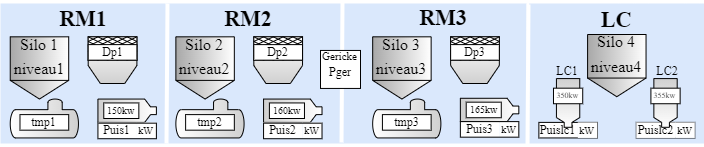
bharatdataabsolute/diagrams keeps this draw.io diagram as Untitled Diagram.drawio (1).png. Above is the earlier version. Source tidied: cells renumbered, new cells last; positions are measured from the earlier drawing's top-left corner, leaving out a move shared by most shapes.
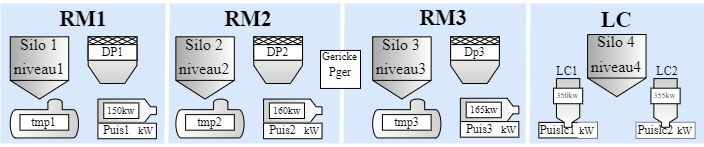
The same file after the commit.

Change to the diagram source:
```diff
@@ -83,7 +83,7 @@
     <mxCell id="27" value="tmp2" style="whiteSpace=wrap;html=1;fontFamily=roboto;fontSource=https%3A%2F%2Ffonts.googleapis.com%2Fcss%3Ffamily%3Droboto;" parent="4" vertex="1">
       <mxGeometry x="185.1" y="112.1" width="48.7" height="15.6" as="geometry" />
     </mxCell>
-    <mxCell id="28" value="Dp2" style="whiteSpace=wrap;html=1;fontFamily=roboto;fontSource=https%3A%2F%2Ffonts.googleapis.com%2Fcss%3Ffamily%3Droboto;" parent="4" vertex="1">
+    <mxCell id="28" value="DP2" style="whiteSpace=wrap;html=1;fontFamily=roboto;fontSource=https%3A%2F%2Ffonts.googleapis.com%2Fcss%3Ffamily%3Droboto;" parent="4" vertex="1">
       <mxGeometry x="253.3" y="42.1" width="48.7" height="15.6" as="geometry" />
     </mxCell>
     <mxCell id="29" value="Silo 2" style="text;html=1;strokeColor=none;fillColor=none;align=center;verticalAlign=middle;whiteSpace=wrap;rounded=0;fontSize=16;fontFamily=roboto;fontSource=https%3A%2F%2Ffonts.googleapis.com%2Fcss%3Ffamily%3Droboto;" parent="4" vertex="1">
@@ -110,7 +110,7 @@
     <mxCell id="36" value="tmp1" style="whiteSpace=wrap;html=1;fontFamily=roboto;fontSource=https%3A%2F%2Ffonts.googleapis.com%2Fcss%3Ffamily%3Droboto;" parent="4" vertex="1">
       <mxGeometry x="19.5" y="112.1" width="48.7" height="15.6" as="geometry" />
     </mxCell>
-    <mxCell id="37" value="Dp1" style="whiteSpace=wrap;html=1;fontFamily=roboto;fontSource=https%3A%2F%2Ffonts.googleapis.com%2Fcss%3Ffamily%3Droboto;" parent="4" vertex="1">
+    <mxCell id="37" value="DP1" style="whiteSpace=wrap;html=1;fontFamily=roboto;fontSource=https%3A%2F%2Ffonts.googleapis.com%2Fcss%3Ffamily%3Droboto;" parent="4" vertex="1">
       <mxGeometry x="87.7" y="42.1" width="48.7" height="15.6" as="geometry" />
     </mxCell>
     <mxCell id="38" value="Silo 1" style="text;html=1;strokeColor=none;fillColor=none;align=center;verticalAlign=middle;whiteSpace=wrap;rounded=0;fontSize=16;fontFamily=roboto;fontSource=https%3A%2F%2Ffonts.googleapis.com%2Fcss%3Ffamily%3Droboto;" parent="4" vertex="1">
```
